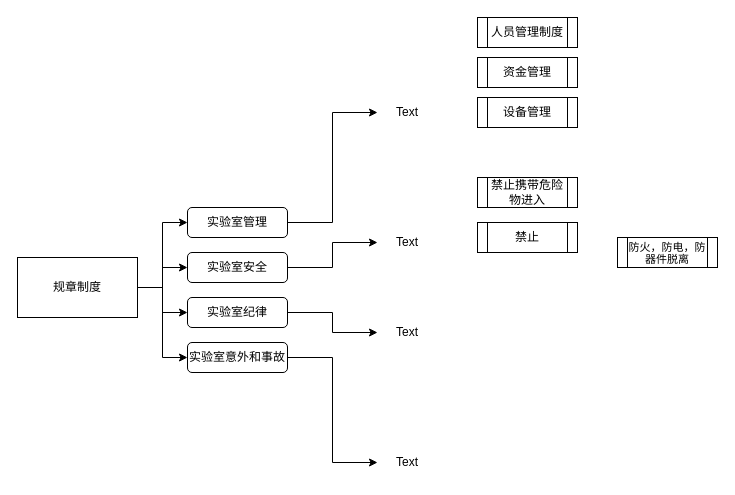
The draw.io diagram 实验室规章制度.drawio in mlhua/hua, before the edit. Source tidied: cells renumbered, new cells numbered last; positions are measured from the earlier drawing's top-left corner, leaving out a move shared by most shapes. Both pictures are drawn from the tidied source at 100%, with x=0, y=0 at pixel (17, 17).
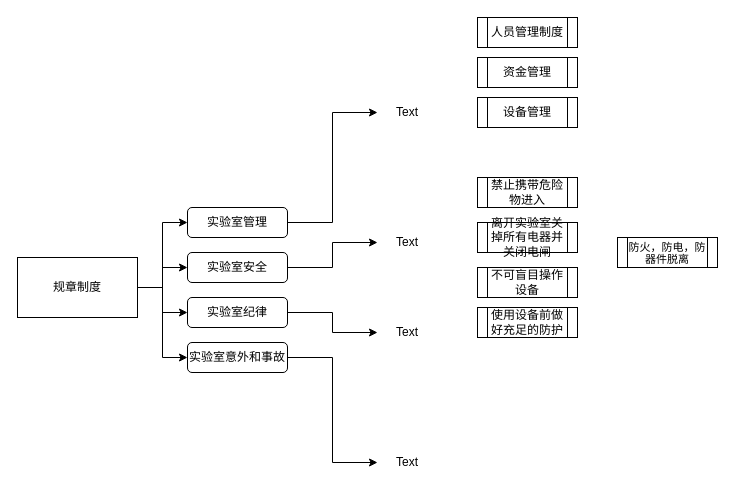
After the change.

Commit message (it also covers changes not shown here):
更新实验室规章制度.drawio

Diff of the diagram source:
```diff
@@
-    <mxCell id="24" value="禁止" style="shape=process;whiteSpace=wrap;html=1;backgroundOutline=1;" parent="1" vertex="1">
+    <mxCell id="24" value="离开实验室关掉所有电器并关闭电闸" style="shape=process;whiteSpace=wrap;html=1;backgroundOutline=1;" parent="1" vertex="1">
       <mxGeometry x="460" y="205" width="100" height="30" as="geometry" />
     </mxCell>
+    <mxCell id="25" value="不可盲目操作设备" style="shape=process;whiteSpace=wrap;html=1;backgroundOutline=1;" parent="1" vertex="1">
+      <mxGeometry x="460" y="250" width="100" height="30" as="geometry" />
+    </mxCell>
+    <mxCell id="26" value="使用设备前做好充足的防护" style="shape=process;whiteSpace=wrap;html=1;backgroundOutline=1;" parent="1" vertex="1">
+      <mxGeometry x="460" y="290" width="100" height="30" as="geometry" />
+    </mxCell>
```
